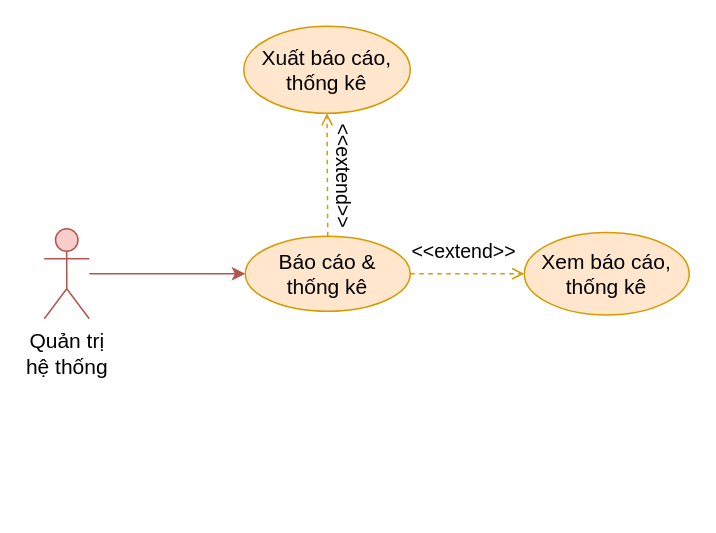
The draw.io diagram document/temp/draw/usecase_phanra/usecase_baocao.drawio in copecute/Edudex-Quiz, before the edit. Source tidied: cells renumbered, new cells numbered last; positions are measured from the earlier drawing's top-left corner, leaving out a move shared by most shapes. Both pictures are drawn from the tidied source at 150%, with x=0, y=0 at pixel (44, 26).
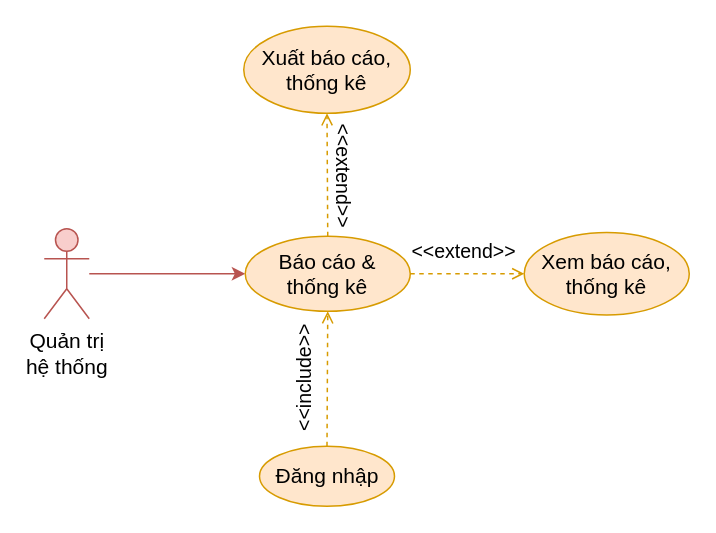
After the change.

The edit, as a diff of the source:
```diff
@@
 <mxGraphModel>
   <root>
     <mxCell id="0" />
     <mxCell id="1" parent="0" />
     <mxCell id="2" value="&lt;font style=&quot;font-size: 13px;&quot;&gt;&amp;lt;&amp;lt;extend&amp;gt;&amp;gt;&lt;/font&gt;" style="text;html=1;strokeColor=none;fillColor=none;align=center;verticalAlign=middle;whiteSpace=wrap;rounded=0;rotation=90;fontSize=13;" parent="1" vertex="1">
       <mxGeometry x="170" y="85" width="60" height="30" as="geometry" />
     </mxCell>
     <mxCell id="3" style="edgeStyle=orthogonalEdgeStyle;rounded=0;jettySize=auto;html=1;entryX=0;entryY=0.5;entryDx=0;entryDy=0;fillColor=#f8cecc;strokeColor=#b85450;fontSize=14;" parent="1" edge="1" source="4" target="6">
       <mxGeometry relative="1" as="geometry" />
     </mxCell>
     <mxCell id="4" value="Quản trị&lt;div&gt;hệ thống&lt;/div&gt;" style="shape=umlActor;verticalLabelPosition=bottom;verticalAlign=top;html=1;outlineConnect=0;fillColor=#f8cecc;strokeColor=#b85450;fontSize=14;" parent="1" vertex="1">
       <mxGeometry y="135" width="30" height="60" as="geometry" />
     </mxCell>
     <mxCell id="5" style="rounded=0;jettySize=auto;html=1;exitX=0.5;exitY=0;exitDx=0;exitDy=0;entryX=0.5;entryY=1;entryDx=0;entryDy=0;fillColor=#ffe6cc;strokeColor=#d79b00;dashed=1;fontSize=14;endArrow=open;endFill=0;" parent="1" edge="1" source="6" target="10">
       <mxGeometry relative="1" as="geometry" />
     </mxCell>
     <mxCell id="6" value="Báo cáo &amp;amp;&lt;br&gt;thống kê" style="ellipse;whiteSpace=wrap;html=1;fillColor=#ffe6cc;strokeColor=#d79b00;fontSize=14;" parent="1" vertex="1">
       <mxGeometry x="134" y="140" width="110" height="50" as="geometry" />
     </mxCell>
     <mxCell id="7" style="rounded=0;jettySize=auto;html=1;entryX=0;entryY=0.5;entryDx=0;entryDy=0;fillColor=#ffe6cc;strokeColor=#d79b00;exitX=1;exitY=0.5;exitDx=0;exitDy=0;dashed=1;fontSize=14;endArrow=open;endFill=0;" parent="1" edge="1" source="6" target="8">
       <mxGeometry relative="1" as="geometry" />
     </mxCell>
     <mxCell id="8" value="Xem báo cáo, thống kê" style="ellipse;whiteSpace=wrap;html=1;fillColor=#ffe6cc;strokeColor=#d79b00;fontSize=14;" parent="1" vertex="1">
       <mxGeometry x="320" y="137.5" width="110" height="55" as="geometry" />
     </mxCell>
     <mxCell id="9" value="&lt;font style=&quot;font-size: 13px;&quot;&gt;&amp;lt;&amp;lt;extend&amp;gt;&amp;gt;&lt;/font&gt;" style="text;html=1;strokeColor=none;fillColor=none;align=center;verticalAlign=middle;whiteSpace=wrap;rounded=0;rotation=0;fontSize=13;" parent="1" vertex="1">
       <mxGeometry x="250" y="135" width="60" height="30" as="geometry" />
     </mxCell>
     <mxCell id="10" value="Xuất báo cáo, thống kê" style="ellipse;whiteSpace=wrap;html=1;fillColor=#ffe6cc;strokeColor=#d79b00;fontSize=14;" parent="1" vertex="1">
       <mxGeometry x="133" width="111" height="58" as="geometry" />
     </mxCell>
+    <mxCell id="11" style="rounded=0;jettySize=auto;html=1;exitX=0.5;exitY=0;exitDx=0;exitDy=0;entryX=0.5;entryY=1;entryDx=0;entryDy=0;fillColor=#ffe6cc;strokeColor=#d79b00;endArrow=open;endFill=0;dashed=1;" parent="1" edge="1" source="12" target="6">
+      <mxGeometry relative="1" as="geometry" />
+    </mxCell>
+    <mxCell id="12" value="Đăng nhập" style="ellipse;whiteSpace=wrap;html=1;fillColor=#ffe6cc;strokeColor=#d79b00;fontSize=14;" parent="1" vertex="1">
+      <mxGeometry x="143.5" y="280" width="90" height="40" as="geometry" />
+    </mxCell>
+    <mxCell id="13" value="&lt;font style=&quot;font-size: 13px;&quot;&gt;&amp;lt;&amp;lt;include&amp;gt;&amp;gt;&lt;/font&gt;" style="text;html=1;strokeColor=none;fillColor=none;align=center;verticalAlign=middle;whiteSpace=wrap;rounded=0;rotation=-90;fontSize=13;" parent="1" vertex="1">
+      <mxGeometry x="143.5" y="220" width="60" height="30" as="geometry" />
+    </mxCell>
   </root>
 </mxGraphModel>
```
